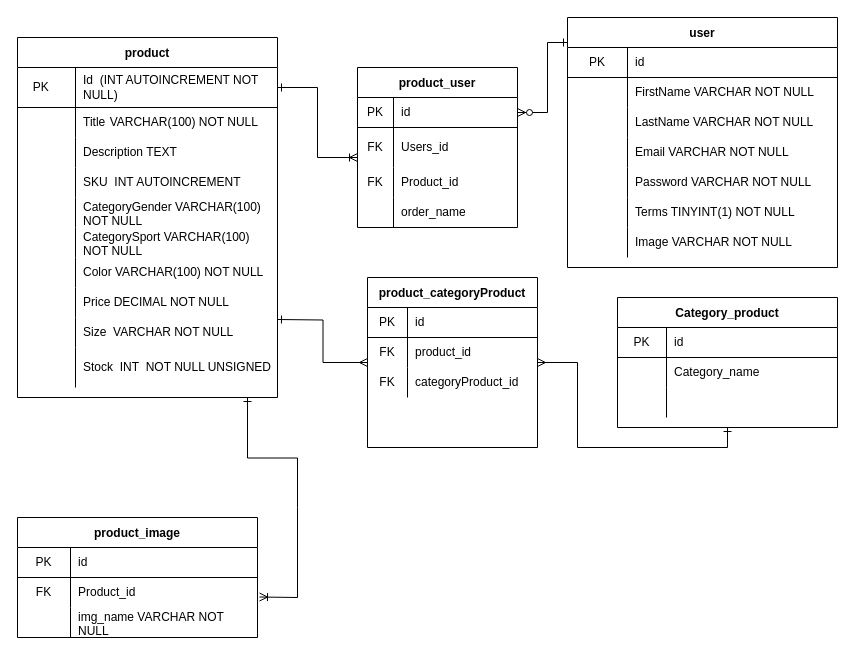
This is data/DER/Entity-Relation-Diagram.drawio from 0621CDFSNCN12LAED/grupo-08, a draw.io file, before an edit. Source tidied: cells renumbered, new cells numbered last; positions are measured from the earlier drawing's top-left corner, leaving out a move shared by most shapes. Both pictures are drawn from the tidied source at 100%, with x=0, y=0 at pixel (17, 17).
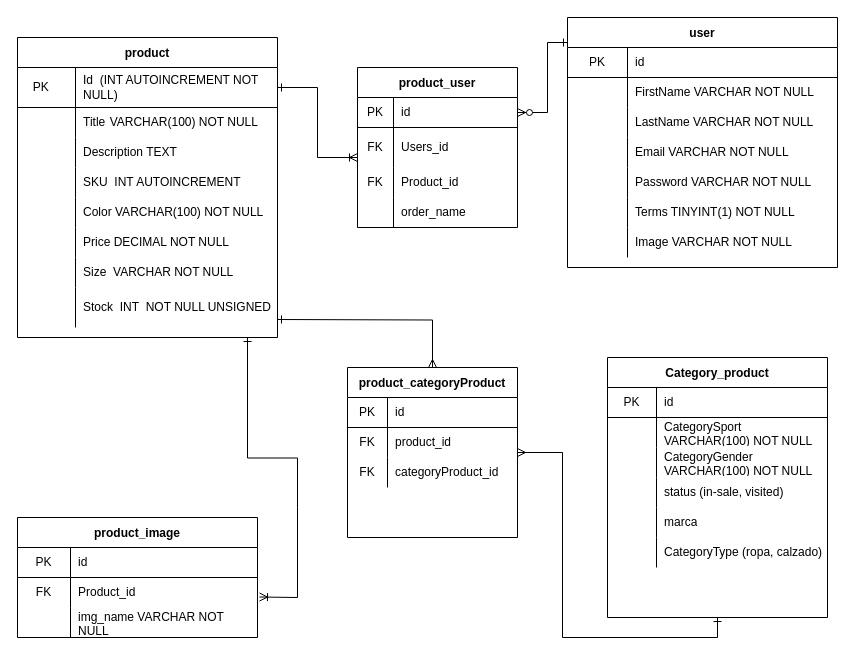
After the change.

The change refers to these unchanged cells:
```xml
<mxCell id="85" style="shape=partialRectangle;html=1;whiteSpace=wrap;fillColor=none;top=0;left=0;bottom=0;right=0;" parent="81" vertex="1">
  <mxGeometry y="60" width="220" height="30" as="geometry" />
</mxCell>
<mxCell id="88" style="shape=partialRectangle;html=1;whiteSpace=wrap;fillColor=none;top=0;left=0;bottom=0;right=0;" parent="81" vertex="1">
  <mxGeometry y="90" width="220" height="30" as="geometry" />
</mxCell>
```

The edit, as a diff of the source:
```diff
@@
     <mxCell id="2" value="product" style="shape=table;startSize=30;childLayout=tableLayout;rowLines=0;fontStyle=1;align=center;" parent="1" vertex="1">
-      <mxGeometry y="20" width="260" height="360" as="geometry" />
+      <mxGeometry y="20" width="260" height="300" as="geometry" />
     </mxCell>
@@
-    <mxCell id="15" style="shape=partialRectangle;html=1;whiteSpace=wrap;fillColor=none;top=0;left=0;bottom=0;right=0;" parent="2" vertex="1">
-      <mxGeometry y="160" width="260" height="30" as="geometry" />
-    </mxCell>
-    <mxCell id="16" value="&lt;span style=&quot;white-space: pre&quot;&gt;&#9;&lt;/span&gt;&lt;span style=&quot;white-space: pre&quot;&gt;&#9;&lt;/span&gt;&lt;span style=&quot;white-space: pre&quot;&gt;&#9;&lt;/span&gt;" style="shape=partialRectangle;html=1;whiteSpace=wrap;fillColor=none;top=0;left=0;bottom=0;right=0;overflow=hidden;" parent="15" vertex="1">
-      <mxGeometry width="58" height="30" as="geometry" />
-    </mxCell>
-    <mxCell id="17" value="CategoryGender VARCHAR(100) NOT NULL&lt;br&gt;&amp;nbsp;&amp;nbsp;" style="shape=partialRectangle;html=1;whiteSpace=wrap;fillColor=none;top=0;left=0;bottom=0;right=0;align=left;spacingLeft=6;overflow=hidden;" parent="15" vertex="1">
-      <mxGeometry x="58" width="202" height="30" as="geometry" />
-    </mxCell>
-    <mxCell id="18" style="shape=partialRectangle;html=1;whiteSpace=wrap;fillColor=none;top=0;left=0;bottom=0;right=0;" parent="2" vertex="1">
-      <mxGeometry y="190" width="260" height="30" as="geometry" />
-    </mxCell>
-    <mxCell id="19" value="&lt;span style=&quot;white-space: pre&quot;&gt;&#9;&lt;/span&gt;&lt;span style=&quot;white-space: pre&quot;&gt;&#9;&lt;/span&gt;&lt;span style=&quot;white-space: pre&quot;&gt;&#9;&lt;/span&gt;" style="shape=partialRectangle;html=1;whiteSpace=wrap;fillColor=none;top=0;left=0;bottom=0;right=0;overflow=hidden;" parent="18" vertex="1">
-      <mxGeometry width="58" height="30" as="geometry" />
-    </mxCell>
-    <mxCell id="20" value="CategorySport VARCHAR(100) NOT NULL" style="shape=partialRectangle;html=1;whiteSpace=wrap;fillColor=none;top=0;left=0;bottom=0;right=0;align=left;spacingLeft=6;overflow=hidden;" parent="18" vertex="1">
-      <mxGeometry x="58" width="202" height="30" as="geometry" />
-    </mxCell>
     <mxCell id="21" style="shape=partialRectangle;html=1;whiteSpace=wrap;fillColor=none;top=0;left=0;bottom=0;right=0;" parent="2" vertex="1">
-      <mxGeometry y="220" width="260" height="30" as="geometry" />
+      <mxGeometry y="160" width="260" height="30" as="geometry" />
     </mxCell>
@@
     <mxCell id="24" style="shape=partialRectangle;html=1;whiteSpace=wrap;fillColor=none;top=0;left=0;bottom=0;right=0;" parent="2" vertex="1">
-      <mxGeometry y="250" width="260" height="30" as="geometry" />
+      <mxGeometry y="190" width="260" height="30" as="geometry" />
     </mxCell>
@@
     <mxCell id="27" style="shape=partialRectangle;html=1;whiteSpace=wrap;fillColor=none;top=0;left=0;bottom=0;right=0;" parent="2" vertex="1">
-      <mxGeometry y="280" width="260" height="30" as="geometry" />
+      <mxGeometry y="220" width="260" height="30" as="geometry" />
     </mxCell>
@@
     <mxCell id="30" style="shape=partialRectangle;html=1;whiteSpace=wrap;fillColor=none;top=0;left=0;bottom=0;right=0;" parent="2" vertex="1">
-      <mxGeometry y="310" width="260" height="40" as="geometry" />
+      <mxGeometry y="250" width="260" height="40" as="geometry" />
     </mxCell>
@@
     <mxCell id="80" style="edgeStyle=none;rounded=0;orthogonalLoop=1;jettySize=auto;html=1;startArrow=ERoneToMany;startFill=0;endArrow=ERone;endFill=0;" parent="1" edge="1">
       <mxGeometry relative="1" as="geometry">
         <mxPoint x="242" y="579.5" as="sourcePoint" />
-        <mxPoint x="230" y="380" as="targetPoint" />
+        <mxPoint x="230" y="320" as="targetPoint" />
         <Array as="points">
           <mxPoint x="280" y="580" />
           <mxPoint x="280" y="490" />
           <mxPoint x="280" y="440.5" />
           <mxPoint x="230" y="440.5" />
         </Array>
       </mxGeometry>
     </mxCell>
     <mxCell id="81" value="Category_product" style="shape=table;startSize=30;childLayout=tableLayout;rowLines=0;fontStyle=1;align=center;" parent="1" vertex="1">
-      <mxGeometry x="600" y="280" width="220" height="130" as="geometry" />
+      <mxGeometry x="590" y="340" width="220" height="260" as="geometry" />
     </mxCell>
@@
-    <mxCell id="87" value="Category_name" style="shape=partialRectangle;html=1;whiteSpace=wrap;fillColor=none;top=0;left=0;bottom=0;right=0;align=left;spacingLeft=6;overflow=hidden;" parent="85" vertex="1">
+    <mxCell id="87" value="&lt;span style=&quot;font-family: &amp;#34;helvetica&amp;#34;&quot;&gt;CategorySport VARCHAR(100) NOT NULL&lt;/span&gt;" style="shape=partialRectangle;html=1;whiteSpace=wrap;fillColor=none;top=0;left=0;bottom=0;right=0;align=left;spacingLeft=6;overflow=hidden;" parent="85" vertex="1">
       <mxGeometry x="49" width="171" height="30" as="geometry" />
     </mxCell>
@@
-    <mxCell id="90" style="shape=partialRectangle;html=1;whiteSpace=wrap;fillColor=none;top=0;left=0;bottom=0;right=0;align=left;spacingLeft=6;overflow=hidden;" parent="88" vertex="1">
+    <mxCell id="90" value="&lt;span&gt;CategoryGender VARCHAR(100) NOT NULL&lt;/span&gt;&lt;br&gt;&lt;span&gt;&amp;nbsp;&amp;nbsp;&lt;/span&gt;" style="shape=partialRectangle;html=1;whiteSpace=wrap;fillColor=none;top=0;left=0;bottom=0;right=0;align=left;spacingLeft=6;overflow=hidden;" parent="88" vertex="1">
       <mxGeometry x="49" width="171" height="30" as="geometry" />
     </mxCell>
+    <mxCell id="103" style="shape=partialRectangle;html=1;whiteSpace=wrap;fillColor=none;top=0;left=0;bottom=0;right=0;" parent="81" vertex="1">
+      <mxGeometry y="120" width="220" height="30" as="geometry" />
+    </mxCell>
+    <mxCell id="104" style="shape=partialRectangle;html=1;whiteSpace=wrap;fillColor=none;top=0;left=0;bottom=0;right=0;overflow=hidden;" parent="103" vertex="1">
+      <mxGeometry width="49" height="30" as="geometry" />
+    </mxCell>
+    <mxCell id="105" value="status (in-sale, visited)" style="shape=partialRectangle;html=1;whiteSpace=wrap;fillColor=none;top=0;left=0;bottom=0;right=0;align=left;spacingLeft=6;overflow=hidden;" parent="103" vertex="1">
+      <mxGeometry x="49" width="171" height="30" as="geometry" />
+    </mxCell>
+    <mxCell id="106" style="shape=partialRectangle;html=1;whiteSpace=wrap;fillColor=none;top=0;left=0;bottom=0;right=0;" parent="81" vertex="1">
+      <mxGeometry y="150" width="220" height="30" as="geometry" />
+    </mxCell>
+    <mxCell id="107" style="shape=partialRectangle;html=1;whiteSpace=wrap;fillColor=none;top=0;left=0;bottom=0;right=0;overflow=hidden;" parent="106" vertex="1">
+      <mxGeometry width="49" height="30" as="geometry" />
+    </mxCell>
+    <mxCell id="108" value="marca" style="shape=partialRectangle;html=1;whiteSpace=wrap;fillColor=none;top=0;left=0;bottom=0;right=0;align=left;spacingLeft=6;overflow=hidden;" parent="106" vertex="1">
+      <mxGeometry x="49" width="171" height="30" as="geometry" />
+    </mxCell>
+    <mxCell id="109" style="shape=partialRectangle;html=1;whiteSpace=wrap;fillColor=none;top=0;left=0;bottom=0;right=0;" parent="81" vertex="1">
+      <mxGeometry y="180" width="220" height="30" as="geometry" />
+    </mxCell>
+    <mxCell id="110" style="shape=partialRectangle;html=1;whiteSpace=wrap;fillColor=none;top=0;left=0;bottom=0;right=0;overflow=hidden;" parent="109" vertex="1">
+      <mxGeometry width="49" height="30" as="geometry" />
+    </mxCell>
+    <mxCell id="111" value="CategoryType (ropa, calzado)" style="shape=partialRectangle;html=1;whiteSpace=wrap;fillColor=none;top=0;left=0;bottom=0;right=0;align=left;spacingLeft=6;overflow=hidden;" parent="109" vertex="1">
+      <mxGeometry x="49" width="171" height="30" as="geometry" />
+    </mxCell>
@@
     <mxCell id="92" value="product_categoryProduct" style="shape=table;startSize=30;childLayout=tableLayout;rowLines=0;fontStyle=1;align=center;" parent="1" vertex="1">
-      <mxGeometry x="350" y="260" width="170" height="170" as="geometry" />
+      <mxGeometry x="330" y="350" width="170" height="170" as="geometry" />
     </mxCell>
```
